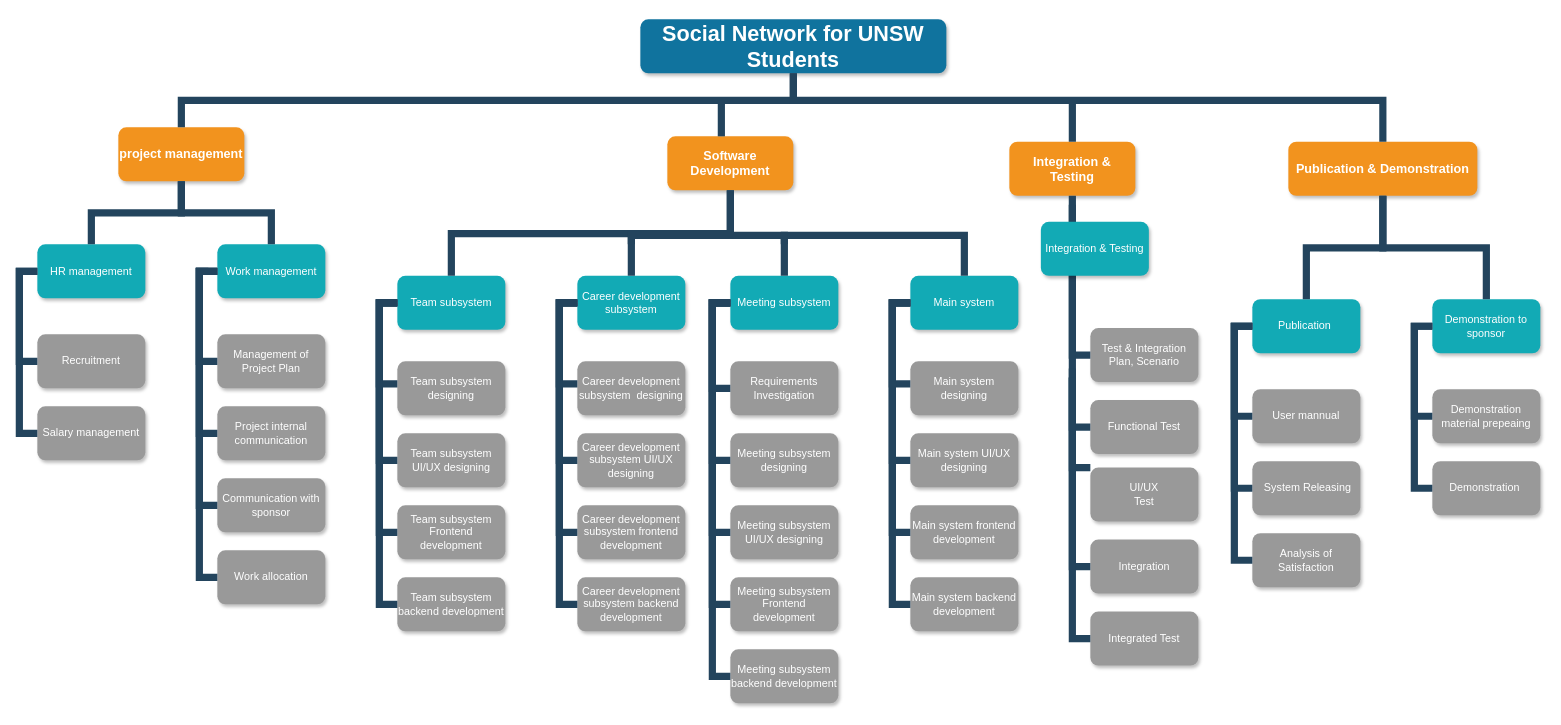
Before: ass1/Untitled Diagram.drawio in bekon-official/GSOE9820, a draw.io diagram. Source tidied: cells renumbered, new cells numbered last; positions are measured from the earlier drawing's top-left corner, leaving out a move shared by most shapes. Both pictures are drawn from the tidied source at 90%, with x=0, y=0 at pixel (19, 19).
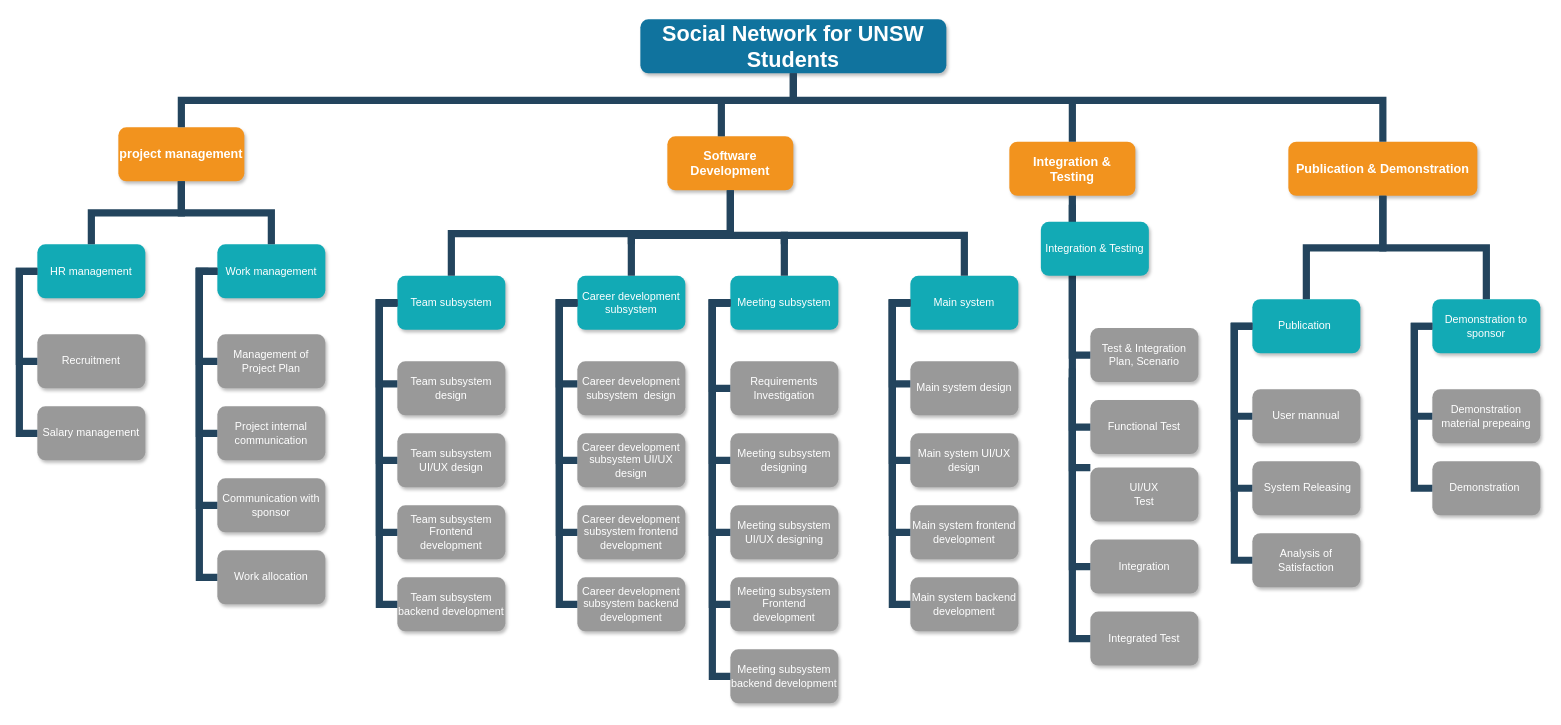
Above is the later version.

Change to the diagram source:
```diff
@@
-    <mxCell id="17" value="Team subsystem designing" style="whiteSpace=wrap;rounded=1;fillColor=#999999;strokeColor=none;shadow=1;fontColor=#FFFFFF;fontStyle=0;" parent="1" vertex="1">
+    <mxCell id="17" value="Team subsystem design" style="whiteSpace=wrap;rounded=1;fillColor=#999999;strokeColor=none;shadow=1;fontColor=#FFFFFF;fontStyle=0;" parent="1" vertex="1">
       <mxGeometry x="420" y="380" width="120" height="60" as="geometry" />
     </mxCell>
-    <mxCell id="18" value="Team subsystem UI/UX designing" style="whiteSpace=wrap;rounded=1;fillColor=#999999;strokeColor=none;shadow=1;fontColor=#FFFFFF;fontStyle=0;" parent="1" vertex="1">
+    <mxCell id="18" value="Team subsystem UI/UX design" style="whiteSpace=wrap;rounded=1;fillColor=#999999;strokeColor=none;shadow=1;fontColor=#FFFFFF;fontStyle=0;" parent="1" vertex="1">
       <mxGeometry x="420" y="460" width="120" height="60" as="geometry" />
     </mxCell>
@@
-    <mxCell id="21" value="Career development subsystem  designing" style="whiteSpace=wrap;rounded=1;fillColor=#999999;strokeColor=none;shadow=1;fontColor=#FFFFFF;fontStyle=0;" parent="1" vertex="1">
+    <mxCell id="21" value="Career development subsystem  design" style="whiteSpace=wrap;rounded=1;fillColor=#999999;strokeColor=none;shadow=1;fontColor=#FFFFFF;fontStyle=0;" parent="1" vertex="1">
       <mxGeometry x="620" y="380" width="120" height="60" as="geometry" />
     </mxCell>
-    <mxCell id="22" value="Career development subsystem UI/UX designing" style="whiteSpace=wrap;rounded=1;fillColor=#999999;strokeColor=none;shadow=1;fontColor=#FFFFFF;fontStyle=0;" parent="1" vertex="1">
+    <mxCell id="22" value="Career development subsystem UI/UX design" style="whiteSpace=wrap;rounded=1;fillColor=#999999;strokeColor=none;shadow=1;fontColor=#FFFFFF;fontStyle=0;" parent="1" vertex="1">
       <mxGeometry x="620" y="460" width="120" height="60" as="geometry" />
     </mxCell>
@@
-    <mxCell id="50" value="Main system designing" style="whiteSpace=wrap;rounded=1;fillColor=#999999;strokeColor=none;shadow=1;fontColor=#FFFFFF;fontStyle=0;" parent="1" vertex="1">
+    <mxCell id="50" value="Main system design" style="whiteSpace=wrap;rounded=1;fillColor=#999999;strokeColor=none;shadow=1;fontColor=#FFFFFF;fontStyle=0;" parent="1" vertex="1">
       <mxGeometry x="990" y="380" width="120" height="60" as="geometry" />
     </mxCell>
-    <mxCell id="51" value="Main system UI/UX designing" style="whiteSpace=wrap;rounded=1;fillColor=#999999;strokeColor=none;shadow=1;fontColor=#FFFFFF;fontStyle=0;" parent="1" vertex="1">
+    <mxCell id="51" value="Main system UI/UX design" style="whiteSpace=wrap;rounded=1;fillColor=#999999;strokeColor=none;shadow=1;fontColor=#FFFFFF;fontStyle=0;" parent="1" vertex="1">
       <mxGeometry x="990" y="460" width="120" height="60" as="geometry" />
     </mxCell>
```
